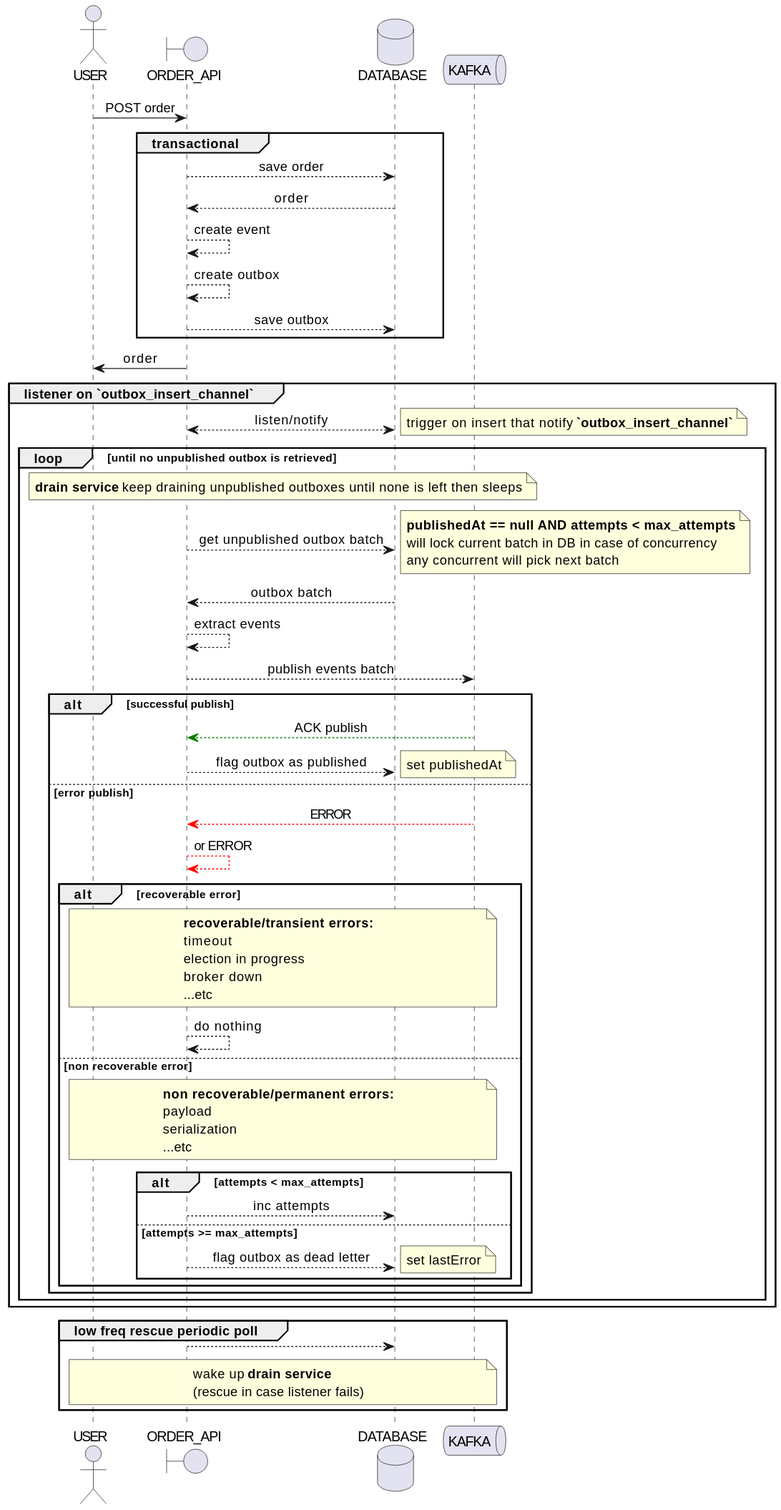
7mza/kafka-demo keeps this PlantUML diagram as docs/order_api_seq.svg. Above is the earlier version.
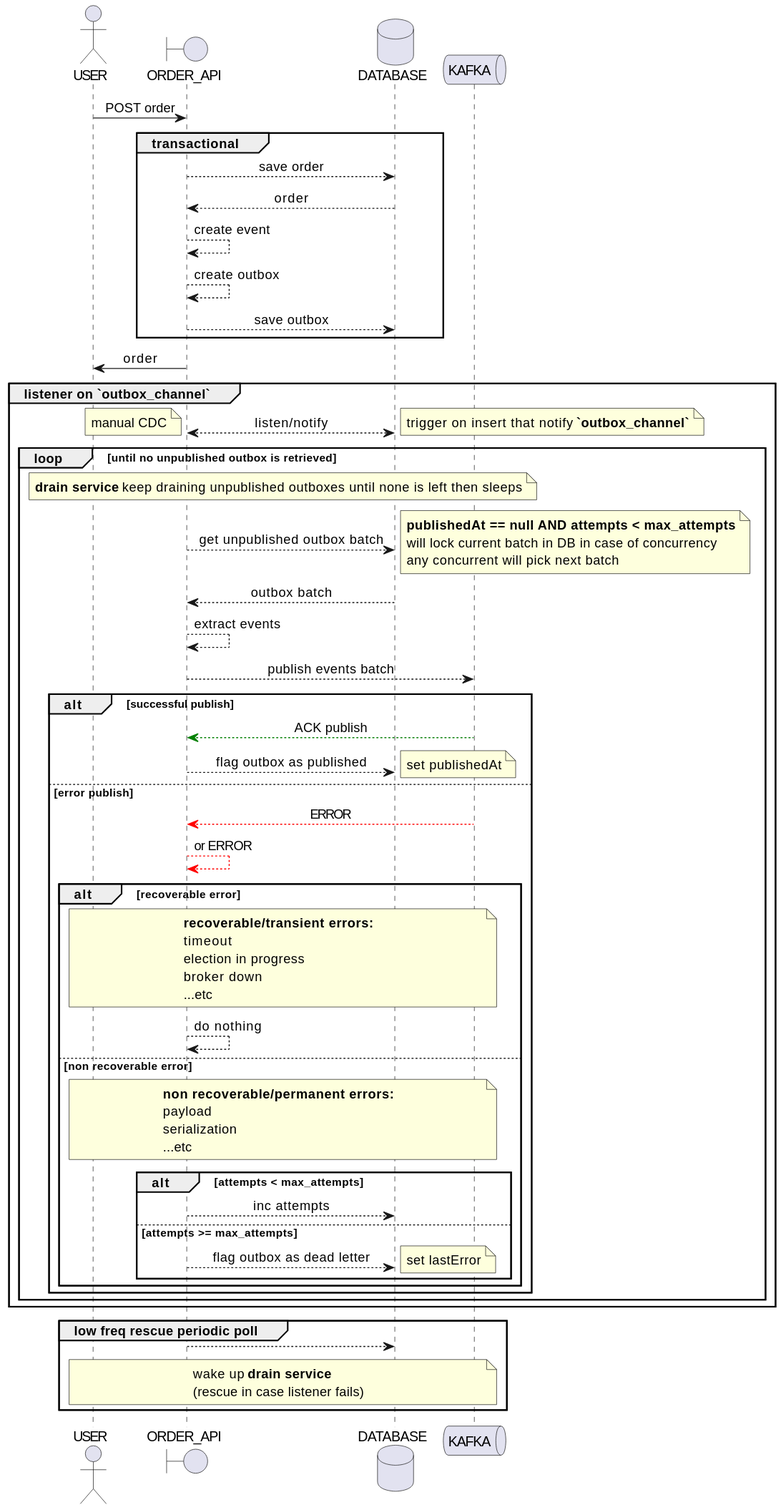
Later version of the same file.

The edit, as a diff of the source:
```diff
@@ -16,9 +16,10 @@
 end
 API -> U : order
 
-group listener on `outbox_insert_channel`
+group listener on `outbox_channel`
     API <--> DB: listen/notify
-    note right: trigger on insert that notify **`outbox_insert_channel`**
+    note left: manual CDC
+    note right: trigger on insert that notify **`outbox_channel`**
     loop until no unpublished outbox is retrieved
         note across: **drain service** keep draining unpublished outboxes until none is left then sleeps
         API --> DB : get unpublished outbox batch
```
